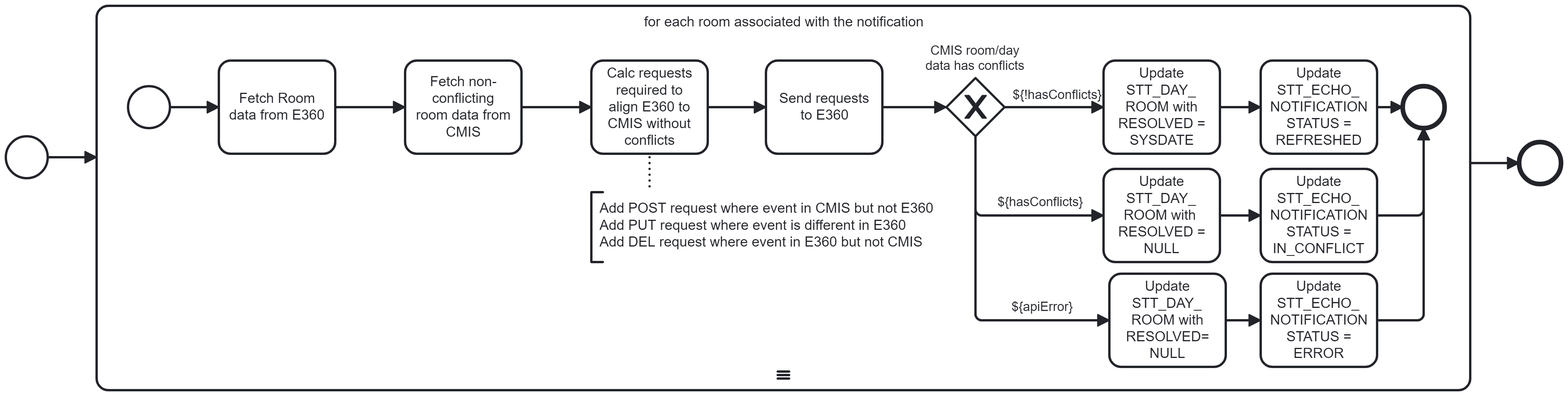
The BPMN diagram img/refresh-room-day.png in ororker/cmis-e360, before a commit. Its source is kept beside it as refresh-room-day.bpmn. Ids are renumbered. The source it was exported from:
```xml
<bpmn:definitions xmlns:bpmn="http://www.omg.org/spec/BPMN/20100524/MODEL" xmlns:bpmndi="http://www.omg.org/spec/BPMN/20100524/DI" xmlns:dc="http://www.omg.org/spec/DD/20100524/DC" xmlns:di="http://www.omg.org/spec/DD/20100524/DI" xmlns:xsi="http://www.w3.org/2001/XMLSchema-instance" xmlns:modeler="http://camunda.org/schema/modeler/1.0" id="Definitions_n1" targetNamespace="http://bpmn.io/schema/bpmn" exporter="Camunda Modeler" exporterVersion="5.29.0" modeler:executionPlatform="Camunda Cloud" modeler:executionPlatformVersion="8.6.0">
  <bpmn:process id="refresh-room-day" name="Refresh Room/Day" isExecutable="true">
    <bpmn:endEvent id="Event_n2">
      <bpmn:incoming>Flow_n3</bpmn:incoming>
    </bpmn:endEvent>
    <bpmn:startEvent id="Event_n4">
      <bpmn:outgoing>Flow_n5</bpmn:outgoing>
    </bpmn:startEvent>
    <bpmn:sequenceFlow id="Flow_n3" sourceRef="Activity_n6" targetRef="Event_n2" />
    <bpmn:sequenceFlow id="Flow_n5" sourceRef="Event_n4" targetRef="Activity_n6" />
    <bpmn:subProcess id="Activity_n6" name="for each room associated with the notification">
      <bpmn:incoming>Flow_n5</bpmn:incoming>
      <bpmn:outgoing>Flow_n3</bpmn:outgoing>
      <bpmn:multiInstanceLoopCharacteristics isSequential="true" />
      <bpmn:sequenceFlow id="Flow_n7" name="${!hasConflicts}" sourceRef="Gateway_n8" targetRef="Activity_n9" />
      <bpmn:sequenceFlow id="Flow_n10" name="${apiError}" sourceRef="Gateway_n8" targetRef="Activity_n11" />
      <bpmn:sequenceFlow id="Flow_n12" name="${hasConflicts}" sourceRef="Gateway_n8" targetRef="Activity_n13" />
      <bpmn:task id="Activity_n14" name="Calc requests required to align E360 to CMIS without conflicts">
        <bpmn:incoming>Flow_n15</bpmn:incoming>
        <bpmn:outgoing>Flow_n16</bpmn:outgoing>
      </bpmn:task>
      <bpmn:exclusiveGateway id="Gateway_n8" name="CMIS room/day data has conflicts">
        <bpmn:incoming>Flow_n17</bpmn:incoming>
        <bpmn:outgoing>Flow_n12</bpmn:outgoing>
        <bpmn:outgoing>Flow_n7</bpmn:outgoing>
        <bpmn:outgoing>Flow_n10</bpmn:outgoing>
      </bpmn:exclusiveGateway>
      <bpmn:startEvent id="Event_n18">
        <bpmn:outgoing>Flow_n19</bpmn:outgoing>
      </bpmn:startEvent>
      <bpmn:endEvent id="Event_n20">
        <bpmn:incoming>Flow_n21</bpmn:incoming>
        <bpmn:incoming>Flow_n22</bpmn:incoming>
        <bpmn:incoming>Flow_n23</bpmn:incoming>
      </bpmn:endEvent>
      <bpmn:task id="Activity_n24" name="Fetch non-conflicting room data from CMIS">
        <bpmn:incoming>Flow_n25</bpmn:incoming>
        <bpmn:outgoing>Flow_n15</bpmn:outgoing>
      </bpmn:task>
      <bpmn:task id="Activity_n26" name="Fetch Room data from E360">
        <bpmn:incoming>Flow_n19</bpmn:incoming>
        <bpmn:outgoing>Flow_n25</bpmn:outgoing>
      </bpmn:task>
      <bpmn:sequenceFlow id="Flow_n17" sourceRef="Activity_n27" targetRef="Gateway_n8" />
      <bpmn:sequenceFlow id="Flow_n21" sourceRef="Activity_n28" targetRef="Event_n20" />
      <bpmn:sequenceFlow id="Flow_n29" sourceRef="Activity_n11" targetRef="Activity_n30" />
      <bpmn:sequenceFlow id="Flow_n22" sourceRef="Activity_n31" targetRef="Event_n20" />
      <bpmn:sequenceFlow id="Flow_n32" sourceRef="Activity_n13" targetRef="Activity_n28" />
      <bpmn:sequenceFlow id="Flow_n15" sourceRef="Activity_n24" targetRef="Activity_n14" />
      <bpmn:sequenceFlow id="Flow_n19" sourceRef="Event_n18" targetRef="Activity_n26" />
      <bpmn:sequenceFlow id="Flow_n25" sourceRef="Activity_n26" targetRef="Activity_n24" />
      <bpmn:sequenceFlow id="Flow_n23" sourceRef="Activity_n30" targetRef="Event_n20" />
      <bpmn:sequenceFlow id="Flow_n33" sourceRef="Activity_n9" targetRef="Activity_n31" />
      <bpmn:sequenceFlow id="Flow_n16" sourceRef="Activity_n14" targetRef="Activity_n27" />
      <bpmn:task id="Activity_n27" name="Send requests to E360">
        <bpmn:incoming>Flow_n16</bpmn:incoming>
        <bpmn:outgoing>Flow_n17</bpmn:outgoing>
      </bpmn:task>
      <bpmn:task id="Activity_n13" name="Update STT_DAY_ ROOM with RESOLVED = NULL">
        <bpmn:incoming>Flow_n12</bpmn:incoming>
        <bpmn:outgoing>Flow_n32</bpmn:outgoing>
      </bpmn:task>
      <bpmn:task id="Activity_n9" name="Update STT_DAY_ ROOM with RESOLVED = SYSDATE">
        <bpmn:incoming>Flow_n7</bpmn:incoming>
        <bpmn:outgoing>Flow_n33</bpmn:outgoing>
      </bpmn:task>
      <bpmn:task id="Activity_n11" name="Update STT_DAY_ ROOM with RESOLVED= NULL">
        <bpmn:incoming>Flow_n10</bpmn:incoming>
        <bpmn:outgoing>Flow_n29</bpmn:outgoing>
      </bpmn:task>
      <bpmn:task id="Activity_n30" name="Update STT_ECHO_ NOTIFICATION STATUS = ERROR">
        <bpmn:incoming>Flow_n29</bpmn:incoming>
        <bpmn:outgoing>Flow_n23</bpmn:outgoing>
      </bpmn:task>
      <bpmn:task id="Activity_n28" name="Update STT_ECHO_ NOTIFICATION STATUS = IN_CONFLICT">
        <bpmn:incoming>Flow_n32</bpmn:incoming>
        <bpmn:outgoing>Flow_n21</bpmn:outgoing>
      </bpmn:task>
      <bpmn:task id="Activity_n31" name="Update STT_ECHO_ NOTIFICATION STATUS = REFRESHED">
        <bpmn:incoming>Flow_n33</bpmn:incoming>
        <bpmn:outgoing>Flow_n22</bpmn:outgoing>
      </bpmn:task>
    </bpmn:subProcess>
    <bpmn:textAnnotation id="TextAnnotation_n34">
      <bpmn:text>Add POST request where event in CMIS but not E360
Add PUT request where event is different in E360
Add DEL request where event in E360 but not CMIS</bpmn:text>
    </bpmn:textAnnotation>
    <bpmn:association id="Association_n35" associationDirection="None" sourceRef="Activity_n14" targetRef="TextAnnotation_n34" />
  </bpmn:process>
  <bpmndi:BPMNDiagram id="BPMNDiagram_1">
    <bpmndi:BPMNPlane id="BPMNPlane_1" bpmnElement="refresh-room-day">
      <bpmndi:BPMNShape id="Event_n2_di" bpmnElement="Event_n2">
        <dc:Bounds x="1482" y="197" width="36" height="36" />
      </bpmndi:BPMNShape>
      <bpmndi:BPMNShape id="Event_n4_di" bpmnElement="Event_n4">
        <dc:Bounds x="182" y="192" width="36" height="36" />
      </bpmndi:BPMNShape>
      <bpmndi:BPMNShape id="Activity_n6_di" bpmnElement="Activity_n6" isExpanded="true">
        <dc:Bounds x="260" y="80" width="1180" height="330" />
        <bpmndi:BPMNLabel />
      </bpmndi:BPMNShape>
      <bpmndi:BPMNShape id="BPMNShape_n36" bpmnElement="Activity_n14">
        <dc:Bounds x="685" y="127" width="100" height="80" />
        <bpmndi:BPMNLabel />
      </bpmndi:BPMNShape>
      <bpmndi:BPMNShape id="BPMNShape_n37" bpmnElement="Gateway_n8" isMarkerVisible="true">
        <dc:Bounds x="990" y="142" width="50" height="50" />
        <bpmndi:BPMNLabel>
          <dc:Bounds x="972" y="112" width="86" height="27" />
        </bpmndi:BPMNLabel>
      </bpmndi:BPMNShape>
      <bpmndi:BPMNShape id="Event_n18_di" bpmnElement="Event_n18">
        <dc:Bounds x="287" y="149" width="36" height="36" />
      </bpmndi:BPMNShape>
      <bpmndi:BPMNShape id="BPMNShape_n38" bpmnElement="Activity_n24">
        <dc:Bounds x="525" y="127" width="100" height="80" />
        <bpmndi:BPMNLabel />
      </bpmndi:BPMNShape>
      <bpmndi:BPMNShape id="BPMNShape_n39" bpmnElement="Activity_n26">
        <dc:Bounds x="365" y="127" width="100" height="80" />
        <bpmndi:BPMNLabel />
      </bpmndi:BPMNShape>
      <bpmndi:BPMNShape id="BPMNShape_n40" bpmnElement="Activity_n27">
        <dc:Bounds x="835" y="127" width="100" height="80" />
        <bpmndi:BPMNLabel />
      </bpmndi:BPMNShape>
      <bpmndi:BPMNShape id="BPMNShape_n41" bpmnElement="Activity_n13">
        <dc:Bounds x="1125" y="220" width="100" height="80" />
        <bpmndi:BPMNLabel />
      </bpmndi:BPMNShape>
      <bpmndi:BPMNShape id="BPMNShape_n42" bpmnElement="Activity_n9">
        <dc:Bounds x="1125" y="127" width="100" height="80" />
        <bpmndi:BPMNLabel />
      </bpmndi:BPMNShape>
      <bpmndi:BPMNShape id="Activity_n11_di" bpmnElement="Activity_n11">
        <dc:Bounds x="1130" y="310" width="100" height="80" />
        <bpmndi:BPMNLabel />
      </bpmndi:BPMNShape>
      <bpmndi:BPMNShape id="Activity_n28_di" bpmnElement="Activity_n28">
        <dc:Bounds x="1260" y="220" width="100" height="80" />
        <bpmndi:BPMNLabel />
      </bpmndi:BPMNShape>
      <bpmndi:BPMNShape id="Activity_n31_di" bpmnElement="Activity_n31">
        <dc:Bounds x="1260" y="127" width="100" height="80" />
        <bpmndi:BPMNLabel />
      </bpmndi:BPMNShape>
      <bpmndi:BPMNShape id="Activity_n30_di" bpmnElement="Activity_n30">
        <dc:Bounds x="1260" y="310" width="100" height="80" />
        <bpmndi:BPMNLabel />
      </bpmndi:BPMNShape>
      <bpmndi:BPMNShape id="BPMNShape_n43" bpmnElement="Event_n20">
        <dc:Bounds x="1382" y="149" width="36" height="36" />
      </bpmndi:BPMNShape>
      <bpmndi:BPMNEdge id="BPMNEdge_n44" bpmnElement="Flow_n7">
        <di:waypoint x="1040" y="167" />
        <di:waypoint x="1125" y="167" />
        <bpmndi:BPMNLabel>
          <dc:Bounds x="1047" y="150" width="77" height="14" />
        </bpmndi:BPMNLabel>
      </bpmndi:BPMNEdge>
      <bpmndi:BPMNEdge id="BPMNEdge_n45" bpmnElement="Flow_n12">
        <di:waypoint x="1015" y="192" />
        <di:waypoint x="1015" y="260" />
        <di:waypoint x="1125" y="260" />
        <bpmndi:BPMNLabel>
          <dc:Bounds x="1034" y="242" width="74" height="14" />
        </bpmndi:BPMNLabel>
      </bpmndi:BPMNEdge>
      <bpmndi:BPMNEdge id="BPMNEdge_n46" bpmnElement="Flow_n17">
        <di:waypoint x="935" y="167" />
        <di:waypoint x="990" y="167" />
      </bpmndi:BPMNEdge>
      <bpmndi:BPMNEdge id="BPMNEdge_n47" bpmnElement="Flow_n15">
        <di:waypoint x="625" y="167" />
        <di:waypoint x="685" y="167" />
      </bpmndi:BPMNEdge>
      <bpmndi:BPMNEdge id="Flow_n19_di" bpmnElement="Flow_n19">
        <di:waypoint x="323" y="167" />
        <di:waypoint x="365" y="167" />
      </bpmndi:BPMNEdge>
      <bpmndi:BPMNEdge id="BPMNEdge_n48" bpmnElement="Flow_n25">
        <di:waypoint x="465" y="167" />
        <di:waypoint x="525" y="167" />
      </bpmndi:BPMNEdge>
      <bpmndi:BPMNEdge id="BPMNEdge_n49" bpmnElement="Flow_n16">
        <di:waypoint x="785" y="167" />
        <di:waypoint x="835" y="167" />
      </bpmndi:BPMNEdge>
      <bpmndi:BPMNEdge id="Flow_n10_di" bpmnElement="Flow_n10">
        <di:waypoint x="1015" y="192" />
        <di:waypoint x="1015" y="350" />
        <di:waypoint x="1130" y="350" />
        <bpmndi:BPMNLabel>
          <dc:Bounds x="1046" y="332" width="53" height="14" />
        </bpmndi:BPMNLabel>
      </bpmndi:BPMNEdge>
      <bpmndi:BPMNEdge id="Flow_n29_di" bpmnElement="Flow_n29">
        <di:waypoint x="1230" y="350" />
        <di:waypoint x="1260" y="350" />
      </bpmndi:BPMNEdge>
      <bpmndi:BPMNEdge id="Flow_n33_di" bpmnElement="Flow_n33">
        <di:waypoint x="1225" y="167" />
        <di:waypoint x="1260" y="167" />
      </bpmndi:BPMNEdge>
      <bpmndi:BPMNEdge id="Flow_n23_di" bpmnElement="Flow_n23">
        <di:waypoint x="1360" y="350" />
        <di:waypoint x="1400" y="350" />
        <di:waypoint x="1400" y="185" />
      </bpmndi:BPMNEdge>
      <bpmndi:BPMNEdge id="Flow_n21_di" bpmnElement="Flow_n21">
        <di:waypoint x="1360" y="260" />
        <di:waypoint x="1400" y="260" />
        <di:waypoint x="1400" y="185" />
      </bpmndi:BPMNEdge>
      <bpmndi:BPMNEdge id="Flow_n22_di" bpmnElement="Flow_n22">
        <di:waypoint x="1360" y="167" />
        <di:waypoint x="1382" y="167" />
      </bpmndi:BPMNEdge>
      <bpmndi:BPMNEdge id="Flow_n32_di" bpmnElement="Flow_n32">
        <di:waypoint x="1225" y="260" />
        <di:waypoint x="1260" y="260" />
      </bpmndi:BPMNEdge>
      <bpmndi:BPMNShape id="TextAnnotation_n34_di" bpmnElement="TextAnnotation_n34">
        <dc:Bounds x="685" y="240" width="310" height="60" />
        <bpmndi:BPMNLabel />
      </bpmndi:BPMNShape>
      <bpmndi:BPMNEdge id="Flow_n3_di" bpmnElement="Flow_n3">
        <di:waypoint x="1440" y="215" />
        <di:waypoint x="1482" y="215" />
      </bpmndi:BPMNEdge>
      <bpmndi:BPMNEdge id="Flow_n5_di" bpmnElement="Flow_n5">
        <di:waypoint x="218" y="210" />
        <di:waypoint x="260" y="210" />
      </bpmndi:BPMNEdge>
      <bpmndi:BPMNEdge id="Association_n35_di" bpmnElement="Association_n35">
        <di:waypoint x="735" y="210" />
        <di:waypoint x="735" y="240" />
      </bpmndi:BPMNEdge>
    </bpmndi:BPMNPlane>
  </bpmndi:BPMNDiagram>
</bpmn:definitions>
```
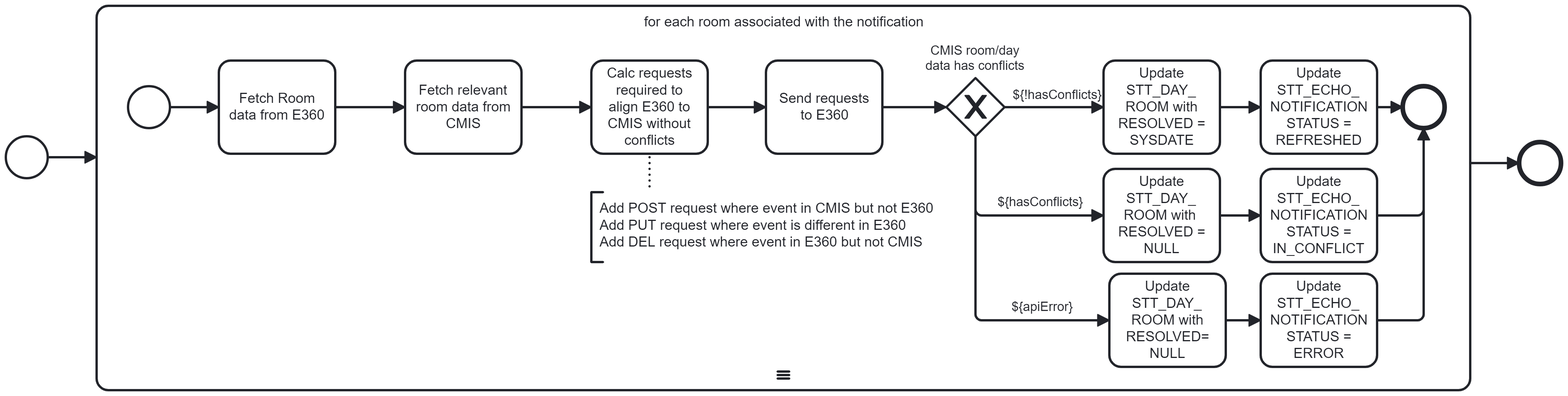
Above is the later version.

Commit message:
update description from in-conflict to relevant

Diff of the diagram source:
```diff
@@ -33,7 +33,7 @@
         <bpmn:incoming>Flow_n22</bpmn:incoming>
         <bpmn:incoming>Flow_n23</bpmn:incoming>
       </bpmn:endEvent>
-      <bpmn:task id="Activity_n24" name="Fetch non-conflicting room data from CMIS">
+      <bpmn:task id="Activity_n24" name="Fetch relevant room data from CMIS">
         <bpmn:incoming>Flow_n25</bpmn:incoming>
         <bpmn:outgoing>Flow_n15</bpmn:outgoing>
       </bpmn:task>
@@ -113,6 +113,9 @@
       <bpmndi:BPMNShape id="Event_n18_di" bpmnElement="Event_n18">
         <dc:Bounds x="287" y="149" width="36" height="36" />
       </bpmndi:BPMNShape>
+      <bpmndi:BPMNShape id="BPMNShape_n43" bpmnElement="Event_n20">
+        <dc:Bounds x="1382" y="149" width="36" height="36" />
+      </bpmndi:BPMNShape>
       <bpmndi:BPMNShape id="BPMNShape_n38" bpmnElement="Activity_n24">
         <dc:Bounds x="525" y="127" width="100" height="80" />
         <bpmndi:BPMNLabel />
@@ -137,6 +140,10 @@
         <dc:Bounds x="1130" y="310" width="100" height="80" />
         <bpmndi:BPMNLabel />
       </bpmndi:BPMNShape>
+      <bpmndi:BPMNShape id="Activity_n30_di" bpmnElement="Activity_n30">
+        <dc:Bounds x="1260" y="310" width="100" height="80" />
+        <bpmndi:BPMNLabel />
+      </bpmndi:BPMNShape>
       <bpmndi:BPMNShape id="Activity_n28_di" bpmnElement="Activity_n28">
         <dc:Bounds x="1260" y="220" width="100" height="80" />
         <bpmndi:BPMNLabel />
@@ -145,18 +152,19 @@
         <dc:Bounds x="1260" y="127" width="100" height="80" />
         <bpmndi:BPMNLabel />
       </bpmndi:BPMNShape>
-      <bpmndi:BPMNShape id="Activity_n30_di" bpmnElement="Activity_n30">
-        <dc:Bounds x="1260" y="310" width="100" height="80" />
-        <bpmndi:BPMNLabel />
-      </bpmndi:BPMNShape>
-      <bpmndi:BPMNShape id="BPMNShape_n43" bpmnElement="Event_n20">
-        <dc:Bounds x="1382" y="149" width="36" height="36" />
-      </bpmndi:BPMNShape>
       <bpmndi:BPMNEdge id="BPMNEdge_n44" bpmnElement="Flow_n7">
         <di:waypoint x="1040" y="167" />
         <di:waypoint x="1125" y="167" />
         <bpmndi:BPMNLabel>
           <dc:Bounds x="1047" y="150" width="77" height="14" />
+        </bpmndi:BPMNLabel>
+      </bpmndi:BPMNEdge>
+      <bpmndi:BPMNEdge id="Flow_n10_di" bpmnElement="Flow_n10">
+        <di:waypoint x="1015" y="192" />
+        <di:waypoint x="1015" y="350" />
+        <di:waypoint x="1130" y="350" />
+        <bpmndi:BPMNLabel>
+          <dc:Bounds x="1046" y="332" width="53" height="14" />
         </bpmndi:BPMNLabel>
       </bpmndi:BPMNEdge>
       <bpmndi:BPMNEdge id="BPMNEdge_n45" bpmnElement="Flow_n12">
@@ -171,6 +179,23 @@
         <di:waypoint x="935" y="167" />
         <di:waypoint x="990" y="167" />
       </bpmndi:BPMNEdge>
+      <bpmndi:BPMNEdge id="Flow_n21_di" bpmnElement="Flow_n21">
+        <di:waypoint x="1360" y="260" />
+        <di:waypoint x="1400" y="260" />
+        <di:waypoint x="1400" y="185" />
+      </bpmndi:BPMNEdge>
+      <bpmndi:BPMNEdge id="Flow_n29_di" bpmnElement="Flow_n29">
+        <di:waypoint x="1230" y="350" />
+        <di:waypoint x="1260" y="350" />
+      </bpmndi:BPMNEdge>
+      <bpmndi:BPMNEdge id="Flow_n22_di" bpmnElement="Flow_n22">
+        <di:waypoint x="1360" y="167" />
+        <di:waypoint x="1382" y="167" />
+      </bpmndi:BPMNEdge>
+      <bpmndi:BPMNEdge id="Flow_n32_di" bpmnElement="Flow_n32">
+        <di:waypoint x="1225" y="260" />
+        <di:waypoint x="1260" y="260" />
+      </bpmndi:BPMNEdge>
       <bpmndi:BPMNEdge id="BPMNEdge_n47" bpmnElement="Flow_n15">
         <di:waypoint x="625" y="167" />
         <di:waypoint x="685" y="167" />
@@ -183,43 +208,18 @@
         <di:waypoint x="465" y="167" />
         <di:waypoint x="525" y="167" />
       </bpmndi:BPMNEdge>
-      <bpmndi:BPMNEdge id="BPMNEdge_n49" bpmnElement="Flow_n16">
-        <di:waypoint x="785" y="167" />
-        <di:waypoint x="835" y="167" />
-      </bpmndi:BPMNEdge>
-      <bpmndi:BPMNEdge id="Flow_n10_di" bpmnElement="Flow_n10">
-        <di:waypoint x="1015" y="192" />
-        <di:waypoint x="1015" y="350" />
-        <di:waypoint x="1130" y="350" />
-        <bpmndi:BPMNLabel>
-          <dc:Bounds x="1046" y="332" width="53" height="14" />
-        </bpmndi:BPMNLabel>
-      </bpmndi:BPMNEdge>
-      <bpmndi:BPMNEdge id="Flow_n29_di" bpmnElement="Flow_n29">
-        <di:waypoint x="1230" y="350" />
-        <di:waypoint x="1260" y="350" />
+      <bpmndi:BPMNEdge id="Flow_n23_di" bpmnElement="Flow_n23">
+        <di:waypoint x="1360" y="350" />
+        <di:waypoint x="1400" y="350" />
+        <di:waypoint x="1400" y="185" />
       </bpmndi:BPMNEdge>
       <bpmndi:BPMNEdge id="Flow_n33_di" bpmnElement="Flow_n33">
         <di:waypoint x="1225" y="167" />
         <di:waypoint x="1260" y="167" />
       </bpmndi:BPMNEdge>
-      <bpmndi:BPMNEdge id="Flow_n23_di" bpmnElement="Flow_n23">
-        <di:waypoint x="1360" y="350" />
-        <di:waypoint x="1400" y="350" />
-        <di:waypoint x="1400" y="185" />
-      </bpmndi:BPMNEdge>
-      <bpmndi:BPMNEdge id="Flow_n21_di" bpmnElement="Flow_n21">
-        <di:waypoint x="1360" y="260" />
-        <di:waypoint x="1400" y="260" />
-        <di:waypoint x="1400" y="185" />
-      </bpmndi:BPMNEdge>
-      <bpmndi:BPMNEdge id="Flow_n22_di" bpmnElement="Flow_n22">
-        <di:waypoint x="1360" y="167" />
-        <di:waypoint x="1382" y="167" />
-      </bpmndi:BPMNEdge>
-      <bpmndi:BPMNEdge id="Flow_n32_di" bpmnElement="Flow_n32">
-        <di:waypoint x="1225" y="260" />
-        <di:waypoint x="1260" y="260" />
+      <bpmndi:BPMNEdge id="BPMNEdge_n49" bpmnElement="Flow_n16">
+        <di:waypoint x="785" y="167" />
+        <di:waypoint x="835" y="167" />
       </bpmndi:BPMNEdge>
       <bpmndi:BPMNShape id="TextAnnotation_n34_di" bpmnElement="TextAnnotation_n34">
         <dc:Bounds x="685" y="240" width="310" height="60" />
```
